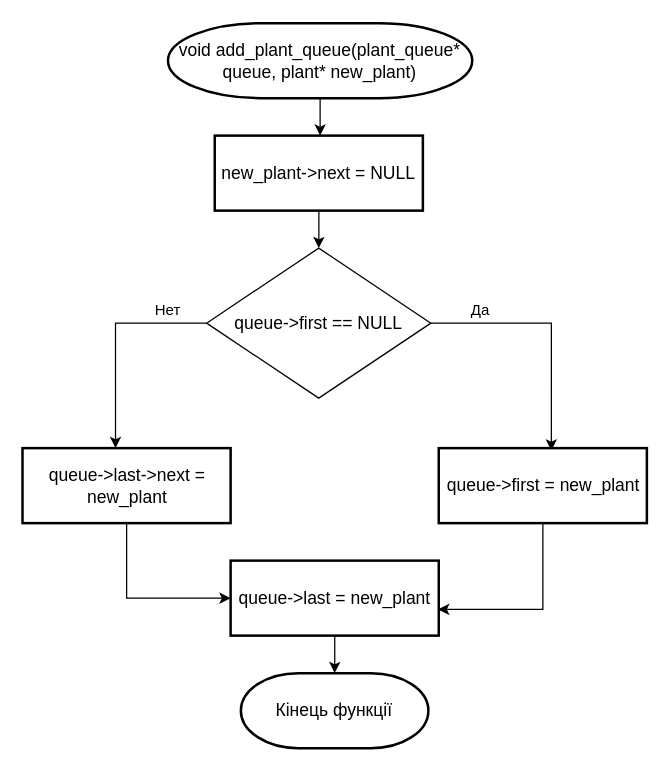
Act1on04/CourseWork keeps this draw.io diagram as page "Page-1" (2 of 16) of diagram/garden.drawio. Above is the earlier version. Source tidied: cells renumbered, new cells numbered last; positions are measured from the earlier drawing's top-left corner, leaving out a move shared by most shapes. Both pictures are drawn from the tidied source at 125%, with x=0, y=0 at pixel (22, 22).
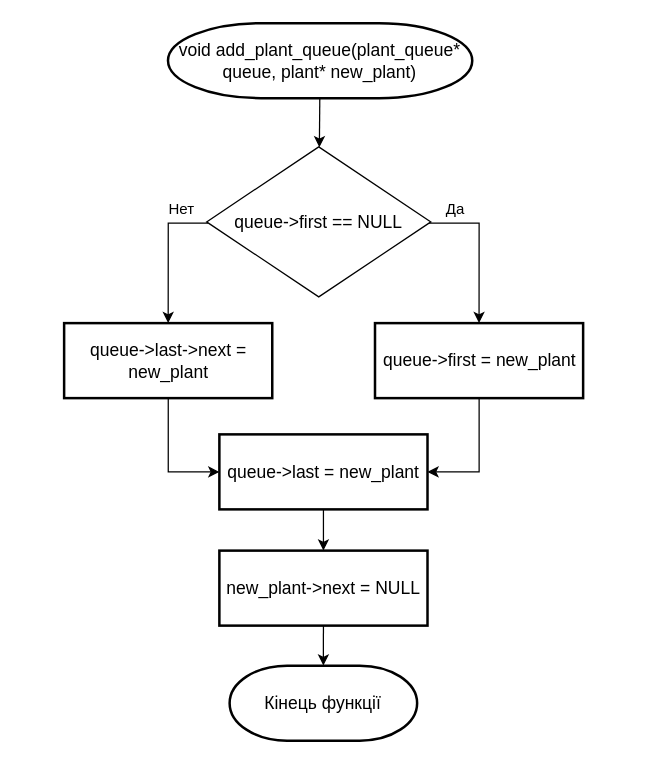
The same diagram, later.

Unchanged cells that the change refers to:
```xml
<mxCell id="3" value="&lt;font style=&quot;font-size: 14px&quot;&gt;void add_plant_queue(plant_queue* queue, plant* new_plant)&lt;/font&gt;" style="strokeWidth=2;html=1;shape=mxgraph.flowchart.terminator;whiteSpace=wrap;" parent="1" vertex="1">
  <mxGeometry x="115.9" width="243.4" height="60" as="geometry" />
</mxCell>
```

Change to the diagram source:
```diff
@@
-    <mxCell id="2" style="edgeStyle=orthogonalEdgeStyle;rounded=0;jettySize=auto;html=1;" parent="1" edge="1" source="3">
-      <mxGeometry relative="1" as="geometry">
-        <mxPoint x="237.6" y="90" as="targetPoint" />
-      </mxGeometry>
-    </mxCell>
+    <mxCell id="18" style="edgeStyle=none;html=1;" parent="1" edge="1" source="3" target="9">
+      <mxGeometry relative="1" as="geometry" />
+    </mxCell>
@@
-    <mxCell id="4" style="edgeStyle=orthogonalEdgeStyle;rounded=0;jettySize=auto;html=1;" parent="1" edge="1" source="5" target="9">
-      <mxGeometry relative="1" as="geometry" />
-    </mxCell>
+    <mxCell id="19" style="edgeStyle=none;html=1;" parent="1" edge="1" source="5" target="6">
+      <mxGeometry relative="1" as="geometry" />
+    </mxCell>
     <mxCell id="5" value="&lt;div&gt;&lt;span style=&quot;font-size: 14px&quot;&gt;new_plant-&amp;gt;next = NULL&lt;/span&gt;&lt;br&gt;&lt;/div&gt;" style="whiteSpace=wrap;html=1;strokeWidth=2;align=center;" parent="1" vertex="1">
-      <mxGeometry x="153.3" y="90" width="166.5" height="60" as="geometry" />
+      <mxGeometry x="157" y="422" width="166.5" height="60" as="geometry" />
     </mxCell>
     <mxCell id="6" value="&lt;font style=&quot;font-size: 14px&quot;&gt;Кінець функції&lt;/font&gt;" style="strokeWidth=2;html=1;shape=mxgraph.flowchart.terminator;whiteSpace=wrap;" parent="1" vertex="1">
-      <mxGeometry x="174.2" y="520" width="150" height="60" as="geometry" />
+      <mxGeometry x="165.2" y="514" width="150" height="60" as="geometry" />
     </mxCell>
-    <mxCell id="7" style="edgeStyle=orthogonalEdgeStyle;rounded=0;jettySize=auto;html=1;entryX=0.541;entryY=0.033;entryDx=0;entryDy=0;entryPerimeter=0;" parent="1" edge="1" source="9" target="11">
-      <mxGeometry relative="1" as="geometry" />
+    <mxCell id="7" style="edgeStyle=orthogonalEdgeStyle;rounded=0;jettySize=auto;html=1;entryX=0.5;entryY=0;entryDx=0;entryDy=0;" parent="1" edge="1" source="9" target="11">
+      <mxGeometry relative="1" as="geometry">
+        <Array as="points">
+          <mxPoint x="365" y="160" />
+        </Array>
+      </mxGeometry>
     </mxCell>
-    <mxCell id="8" style="edgeStyle=orthogonalEdgeStyle;rounded=0;jettySize=auto;html=1;entryX=0.447;entryY=0;entryDx=0;entryDy=0;entryPerimeter=0;" parent="1" edge="1" source="9" target="13">
+    <mxCell id="8" style="edgeStyle=orthogonalEdgeStyle;rounded=0;jettySize=auto;html=1;entryX=0.5;entryY=0;entryDx=0;entryDy=0;" parent="1" edge="1" source="9" target="13">
       <mxGeometry relative="1" as="geometry">
         <Array as="points">
-          <mxPoint x="74" y="240" />
+          <mxPoint x="116" y="160" />
         </Array>
       </mxGeometry>
     </mxCell>
     <mxCell id="9" value="&lt;font style=&quot;font-size: 14px&quot;&gt;queue-&amp;gt;first == NULL&lt;/font&gt;" style="rhombus;whiteSpace=wrap;html=1;" parent="1" vertex="1">
-      <mxGeometry x="146.8" y="180" width="179.4" height="120" as="geometry" />
+      <mxGeometry x="146.8" y="99" width="179.4" height="120" as="geometry" />
     </mxCell>
-    <mxCell id="10" style="edgeStyle=orthogonalEdgeStyle;rounded=0;jettySize=auto;html=1;entryX=0.997;entryY=0.65;entryDx=0;entryDy=0;entryPerimeter=0;" parent="1" edge="1" source="11" target="15">
+    <mxCell id="10" style="edgeStyle=orthogonalEdgeStyle;rounded=0;jettySize=auto;html=1;entryX=1;entryY=0.5;entryDx=0;entryDy=0;" parent="1" edge="1" source="11" target="15">
       <mxGeometry relative="1" as="geometry" />
     </mxCell>
     <mxCell id="11" value="&lt;div&gt;&lt;span style=&quot;font-size: 14px&quot;&gt;queue-&amp;gt;first = new_plant&lt;/span&gt;&lt;br&gt;&lt;/div&gt;" style="whiteSpace=wrap;html=1;strokeWidth=2;align=center;" parent="1" vertex="1">
-      <mxGeometry x="332.5" y="340" width="166.5" height="60" as="geometry" />
+      <mxGeometry x="281.5" y="240" width="166.5" height="60" as="geometry" />
     </mxCell>
@@
     <mxCell id="13" value="&lt;div&gt;&lt;span style=&quot;font-size: 14px&quot;&gt;queue-&amp;gt;last-&amp;gt;next = new_plant&lt;/span&gt;&lt;br&gt;&lt;/div&gt;" style="whiteSpace=wrap;html=1;strokeWidth=2;align=center;" parent="1" vertex="1">
-      <mxGeometry x="-0.5" y="340" width="166.5" height="60" as="geometry" />
+      <mxGeometry x="32.8" y="240" width="166.5" height="60" as="geometry" />
     </mxCell>
-    <mxCell id="14" style="edgeStyle=orthogonalEdgeStyle;rounded=0;jettySize=auto;html=1;" parent="1" edge="1" source="15" target="6">
-      <mxGeometry relative="1" as="geometry" />
-    </mxCell>
+    <mxCell id="20" style="edgeStyle=none;html=1;" parent="1" edge="1" source="15" target="5">
+      <mxGeometry relative="1" as="geometry" />
+    </mxCell>
     <mxCell id="15" value="&lt;div&gt;&lt;span style=&quot;font-size: 14px&quot;&gt;queue-&amp;gt;last = new_plant&lt;/span&gt;&lt;br&gt;&lt;/div&gt;" style="whiteSpace=wrap;html=1;strokeWidth=2;align=center;" parent="1" vertex="1">
-      <mxGeometry x="166" y="430" width="166.5" height="60" as="geometry" />
+      <mxGeometry x="157" y="329" width="166.5" height="60" as="geometry" />
     </mxCell>
     <mxCell id="16" value="Да" style="text;html=1;strokeColor=none;fillColor=none;align=center;verticalAlign=middle;whiteSpace=wrap;rounded=0;" parent="1" vertex="1">
-      <mxGeometry x="346" y="220" width="40" height="20" as="geometry" />
+      <mxGeometry x="326.3" y="139" width="40" height="20" as="geometry" />
     </mxCell>
     <mxCell id="17" value="Нет" style="text;html=1;strokeColor=none;fillColor=none;align=center;verticalAlign=middle;whiteSpace=wrap;rounded=0;" parent="1" vertex="1">
-      <mxGeometry x="96" y="220" width="40" height="20" as="geometry" />
+      <mxGeometry x="106.8" y="139" width="40" height="20" as="geometry" />
     </mxCell>
```
